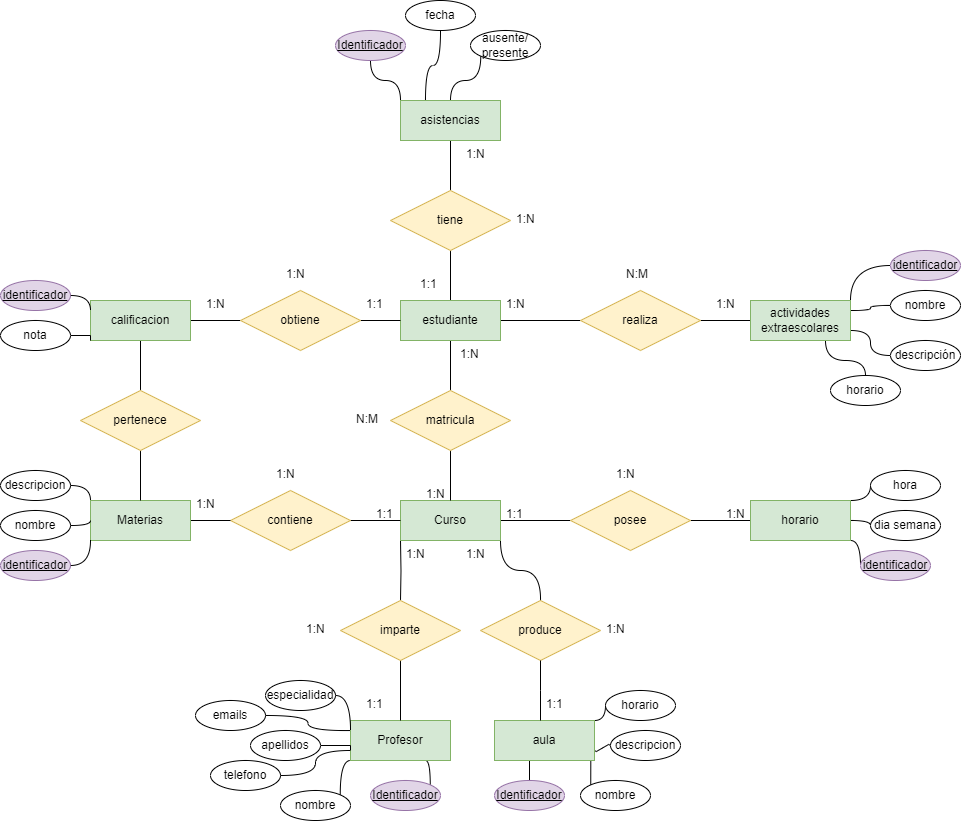
Above: Unidad-1/Tareas/Tarea-8/tarea8.drawio.png in jdrguez/2-Daw (draw.io), before the change. Source tidied: cells renumbered, new cells last; positions are measured from the earlier drawing's top-left corner, leaving out a move shared by most shapes.
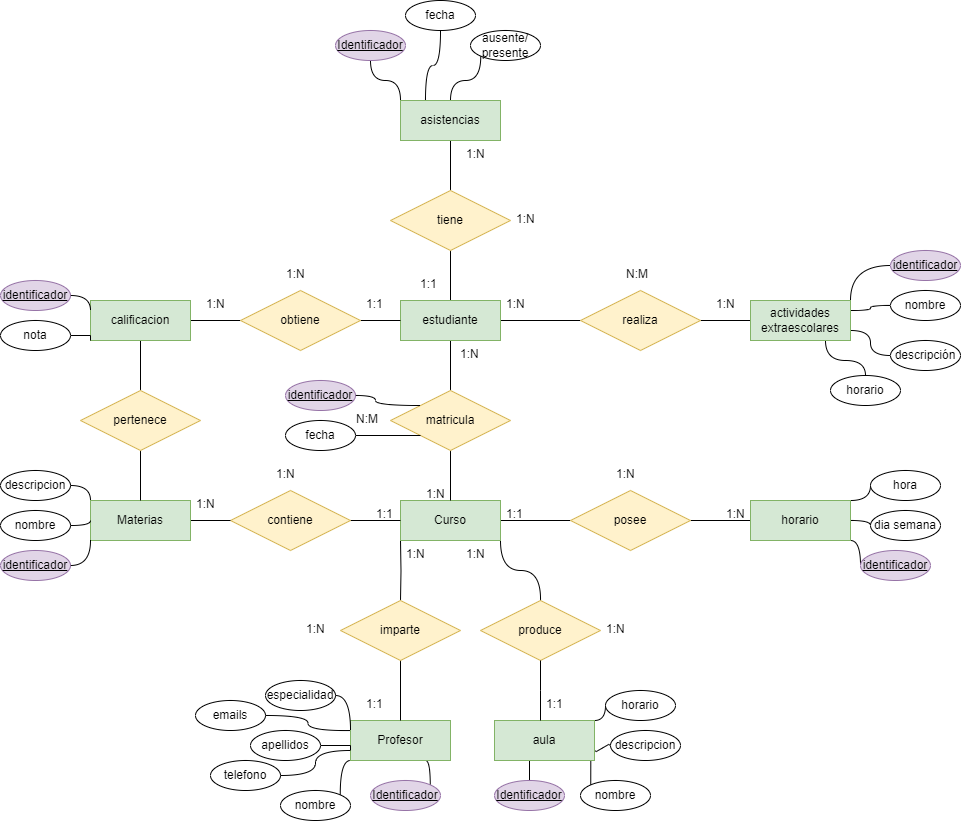
After the commit.

Diff of the diagram source:
```diff
@@ -340,5 +340,17 @@
     <mxCell id="111" value="hora" style="ellipse;whiteSpace=wrap;html=1;align=center;" parent="1" vertex="1">
       <mxGeometry x="870" y="470" width="70" height="30" as="geometry" />
     </mxCell>
+    <mxCell id="112" style="edgeStyle=orthogonalEdgeStyle;rounded=0;jettySize=auto;html=1;exitX=1;exitY=0.5;exitDx=0;exitDy=0;entryX=0;entryY=0;entryDx=0;entryDy=0;curved=1;endArrow=none;endFill=0;" parent="1" edge="1" source="113" target="11">
+      <mxGeometry relative="1" as="geometry" />
+    </mxCell>
+    <mxCell id="113" value="&lt;u&gt;identificador&lt;/u&gt;" style="ellipse;whiteSpace=wrap;html=1;align=center;fillColor=#e1d5e7;strokeColor=#9673a6;" parent="1" vertex="1">
+      <mxGeometry x="285" y="380" width="70" height="30" as="geometry" />
+    </mxCell>
+    <mxCell id="114" style="edgeStyle=orthogonalEdgeStyle;rounded=0;jettySize=auto;html=1;exitX=1;exitY=0.5;exitDx=0;exitDy=0;entryX=0;entryY=1;entryDx=0;entryDy=0;curved=1;endArrow=none;endFill=0;" parent="1" edge="1" source="115" target="11">
+      <mxGeometry relative="1" as="geometry" />
+    </mxCell>
+    <mxCell id="115" value="fecha" style="ellipse;whiteSpace=wrap;html=1;align=center;" parent="1" vertex="1">
+      <mxGeometry x="285" y="420" width="70" height="30" as="geometry" />
+    </mxCell>
   </root>
 </mxGraphModel>
```
